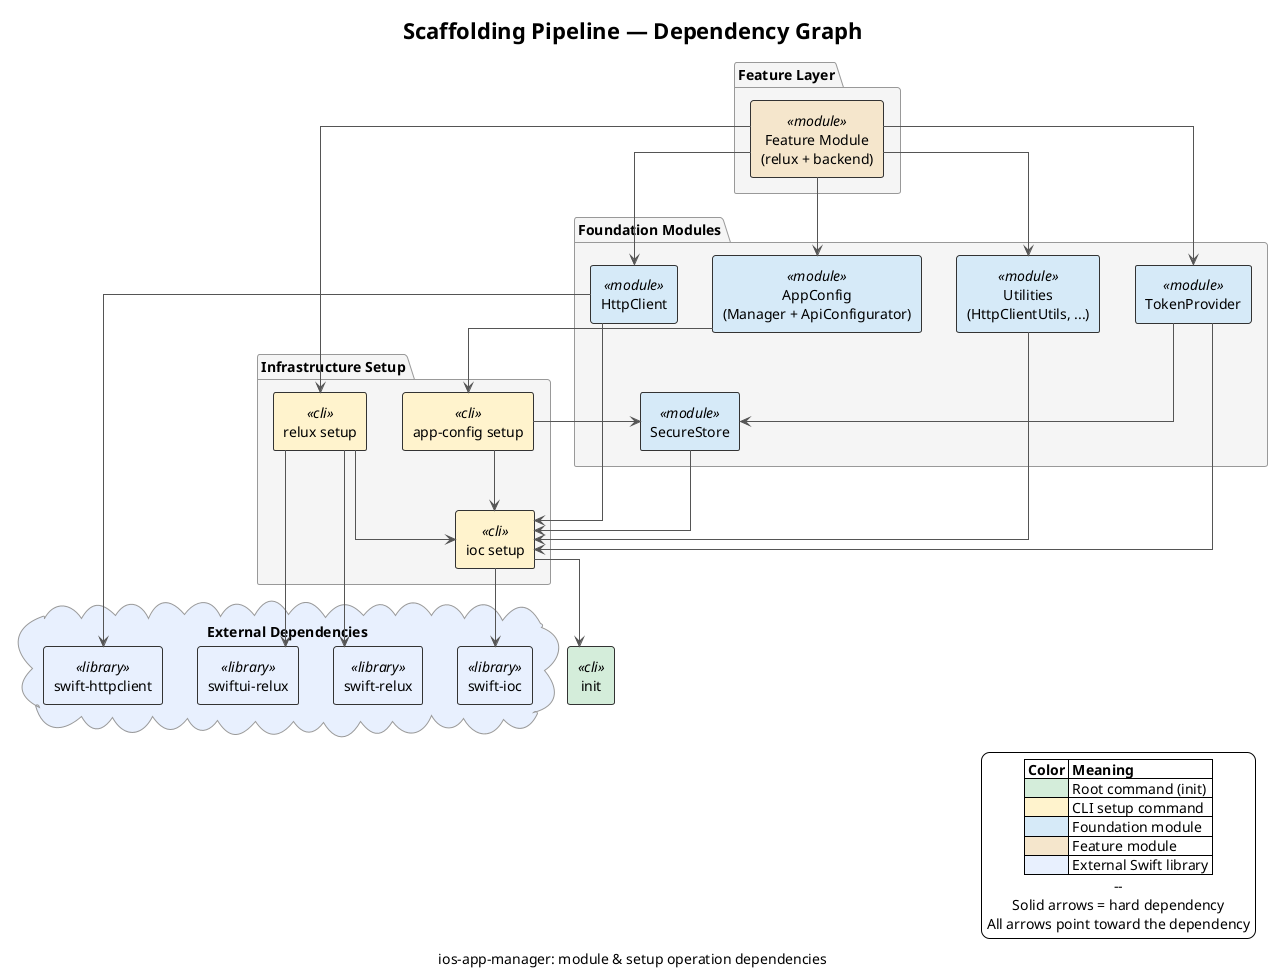
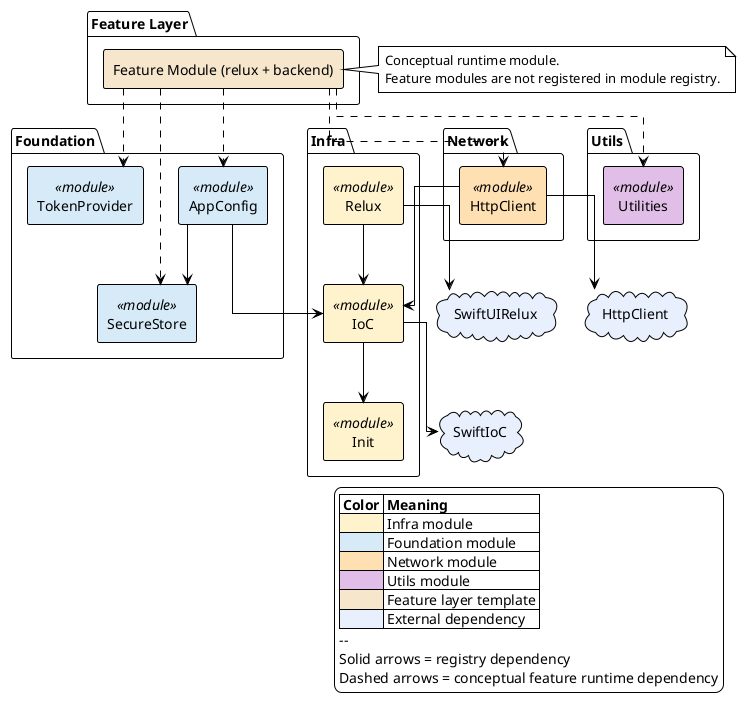
@startuml scaffolding-pipeline
!theme plain

- title Scaffolding Pipeline — Dependency Graph
- caption ios-app-manager: module & setup operation dependencies
+ skinparam linetype ortho
+ skinparam componentStyle rectangle

- skinparam componentStyle rectangle
- skinparam defaultTextAlignment center
- skinparam linetype ortho
+ cloud "HttpClient" as ext_httpclient #E8F0FE
+ cloud "SwiftIoC" as ext_swiftioc #E8F0FE
+ cloud "SwiftUIRelux" as ext_swiftuirelux #E8F0FE

- skinparam component {
-   BackgroundColor #FAFAFA
-   BorderColor #333333
-   ArrowColor #555555
+ package "Infra" {
+   component "Init" as mod_init <<module>> #FFF3CD
+   component "IoC" as mod_ioc <<module>> #FFF3CD
+   component "Relux" as mod_relux <<module>> #FFF3CD
}

- skinparam package {
-   BackgroundColor #F5F5F5
-   BorderColor #999999
+ package "Foundation" {
+   component "AppConfig" as mod_app_config <<module>> #D6EAF8
+   component "SecureStore" as mod_secure_store <<module>> #D6EAF8
+   component "TokenProvider" as mod_token_provider <<module>> #D6EAF8
}

- ' ──────────────────────────────────────
- '  External Swift Libraries
- ' ──────────────────────────────────────
- cloud "External Dependencies" as ExtDeps #E8F0FE {
-   [swift-ioc] as SwiftIoC <<library>> #E8F0FE
-   [swift-relux] as SwiftRelux <<library>> #E8F0FE
-   [swiftui-relux] as SwiftUIRelux <<library>> #E8F0FE
-   [swift-httpclient] as SwiftHTTP <<library>> #E8F0FE
+ package "Network" {
+   component "HttpClient" as mod_http_client <<module>> #FFE0B2
}

- ' ──────────────────────────────────────
- '  Root
- ' ──────────────────────────────────────
- [init] as Init <<cli>> #D4EDDA
- 
- ' ──────────────────────────────────────
- '  Infrastructure Setup Commands
- ' ──────────────────────────────────────
- package "Infrastructure Setup" as InfraSetup {
-   [ioc setup] as IoCSetup <<cli>> #FFF3CD
-   [relux setup] as ReluxSetup <<cli>> #FFF3CD
-   [app-config setup] as AppConfigSetup <<cli>> #FFF3CD
+ package "Utils" {
+   component "Utilities" as mod_utilities <<module>> #E1BEE7
}

- ' ──────────────────────────────────────
- '  Foundation Modules
- ' ──────────────────────────────────────
- package "Foundation Modules" as FoundationMods {
-   [SecureStore] as SecureStore <<module>> #D6EAF8
-   [TokenProvider] as TokenProvider <<module>> #D6EAF8
-   [AppConfig\n(Manager + ApiConfigurator)] as ApiConfigurator <<module>> #D6EAF8
-   [HttpClient] as HttpClient <<module>> #D6EAF8
-   [Utilities\n(HttpClientUtils, ...)] as Utilities <<module>> #D6EAF8
+ package "Feature Layer" {
+   [Feature Module (relux + backend)] as FeatureModule #F5E6CC
}

- ' ──────────────────────────────────────
- '  Feature Layer
- ' ──────────────────────────────────────
- package "Feature Layer" as FeatureLayer {
-   [Feature Module\n(relux + backend)] as FeatureModule <<module>> #F5E6CC
- }
+ note right of FeatureModule
+   Conceptual runtime module.
+   Feature modules are not registered in module registry.
+ end note

- ' ──────────────────────────────────────
- '  Hard Dependencies (solid arrows)
- ' ──────────────────────────────────────
+ FeatureModule ..> mod_app_config
+ FeatureModule ..> mod_secure_store
+ FeatureModule ..> mod_token_provider
+ FeatureModule ..> mod_http_client
+ FeatureModule ..> mod_utilities

- ' init is the root
- IoCSetup --> Init
+ mod_ioc --> mod_init
+ mod_relux --> mod_ioc
+ mod_app_config --> mod_ioc
+ mod_app_config --> mod_secure_store
+ mod_http_client --> mod_ioc

- ' ioc setup pulls in swift-ioc
- IoCSetup --> SwiftIoC
+ mod_ioc --> ext_swiftioc
+ mod_relux --> ext_swiftuirelux
+ mod_http_client --> ext_httpclient

- ' relux setup depends on ioc setup + external libs
- ReluxSetup --> IoCSetup
- ReluxSetup --> SwiftRelux
- ReluxSetup --> SwiftUIRelux
- 
- ' SecureStore depends on ioc (Keychain wrapper, registered in IoC)
- SecureStore --> IoCSetup
- 
- ' TokenProvider is a regular module, depends on ioc + SecureStore
- TokenProvider --> IoCSetup
- TokenProvider --> SecureStore
- 
- ' app-config setup depends on ioc (needs Registry) + SecureStore (Manager uses keychain)
- AppConfigSetup --> IoCSetup
- AppConfigSetup --> SecureStore
- 
- ' ApiConfigurator is scaffolded by app-config setup
- ApiConfigurator --> AppConfigSetup
- 
- ' HttpClient (base) is a plain transport wrapper
- HttpClient --> SwiftHTTP
- HttpClient --> IoCSetup
- 
- ' Utilities (HttpClientUtils, etc.) depends on ioc only
- Utilities --> IoCSetup
- 
- ' Feature module (relux + backend) assembles its own API client from:
- '   HttpClient (transport) + TokenProvider (auth) + ApiConfigurator (URLs/config)
- '   + Utilities (headers, encoders/decoders)
- '   All injected via protocols on init
- FeatureModule --> ReluxSetup
- FeatureModule --> HttpClient
- FeatureModule --> TokenProvider
- FeatureModule --> ApiConfigurator
- FeatureModule --> Utilities
- 
- ' ──────────────────────────────────────
- '  Legend
- ' ──────────────────────────────────────
legend right
  |= Color |= Meaning |
-   | <#D4EDDA> | Root command (init) |
-   | <#FFF3CD> | CLI setup command |
+   | <#FFF3CD> | Infra module |
  | <#D6EAF8> | Foundation module |
-   | <#F5E6CC> | Feature module |
-   | <#E8F0FE> | External Swift library |
+   | <#FFE0B2> | Network module |
+   | <#E1BEE7> | Utils module |
+   | <#F5E6CC> | Feature layer template |
+   | <#E8F0FE> | External dependency |
  --
-   Solid arrows = hard dependency
-   All arrows point toward the dependency
+   Solid arrows = registry dependency
+   Dashed arrows = conceptual feature runtime dependency
endlegend

@enduml
